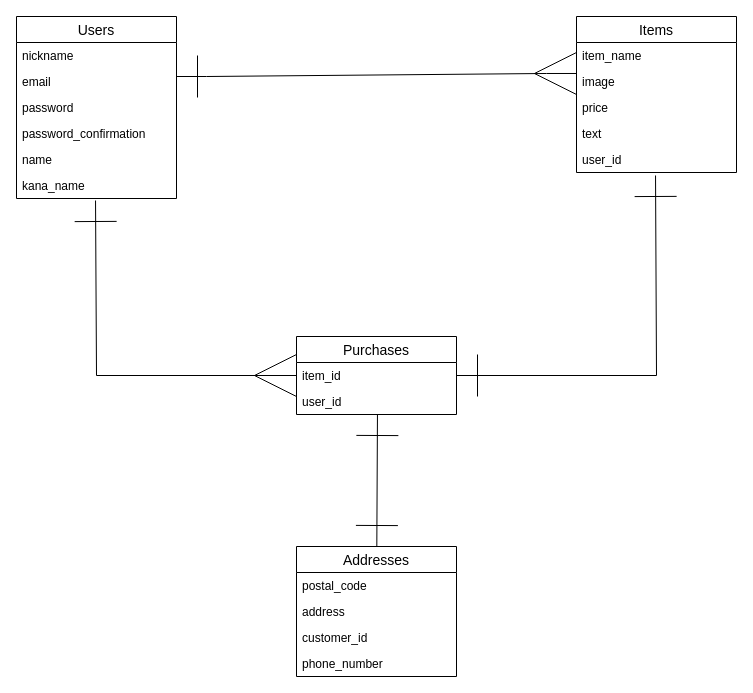
This is config/ERD.drawio from phyirome/furima-29228, a draw.io file, before an edit. Source tidied: cells renumbered, new cells numbered last; positions are measured from the earlier drawing's top-left corner, leaving out a move shared by most shapes. Both pictures are drawn from the tidied source at 100%, with x=0, y=0 at pixel (16, 16).
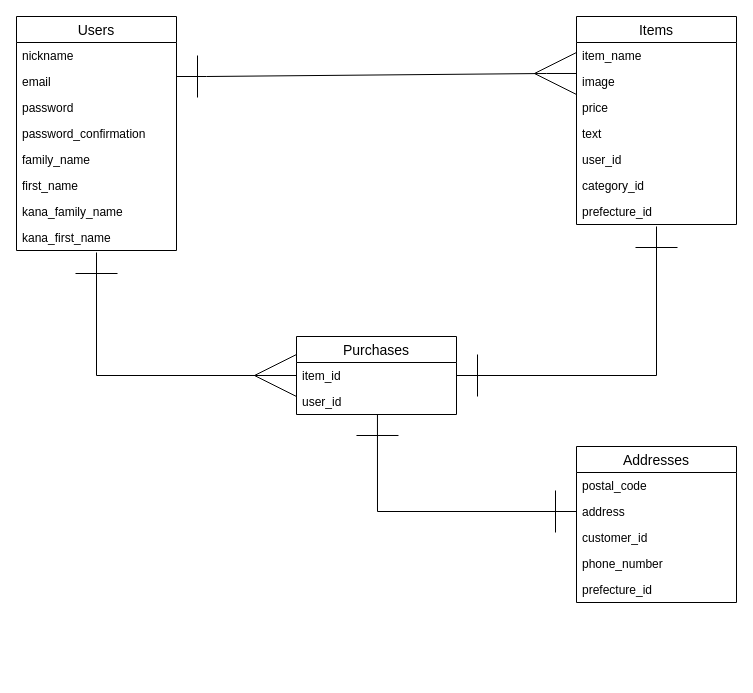
The same diagram, later.

Commit message (it also covers changes not shown here):
ER図とデータベース設計の修正3

The change refers to these unchanged cells:
```xml
<mxCell id="14" value="user_id" style="text;strokeColor=none;fillColor=none;spacingLeft=4;spacingRight=4;overflow=hidden;points=[[0,0.5],[1,0.5]];portConstraint=eastwest;fontSize=12;" parent="9" vertex="1">
  <mxGeometry y="130" width="160" height="26" as="geometry" />
</mxCell>
<mxCell id="21" value="address" style="text;strokeColor=none;fillColor=none;spacingLeft=4;spacingRight=4;overflow=hidden;points=[[0,0.5],[1,0.5]];portConstraint=eastwest;fontSize=12;" parent="19" vertex="1">
  <mxGeometry y="52" width="160" height="26" as="geometry" />
</mxCell>
```

What changed in the source:
```diff
@@
     <mxCell id="2" value="Users" style="swimlane;fontStyle=0;horizontal=1;startSize=26;align=center;fontSize=14;" parent="1" vertex="1">
-      <mxGeometry width="160" height="182" as="geometry" />
+      <mxGeometry width="160" height="234" as="geometry" />
     </mxCell>
@@
-    <mxCell id="7" value="name" style="text;strokeColor=none;fillColor=none;spacingLeft=4;spacingRight=4;overflow=hidden;fontSize=12;" parent="2" vertex="1">
+    <mxCell id="7" value="family_name" style="text;strokeColor=none;fillColor=none;spacingLeft=4;spacingRight=4;overflow=hidden;fontSize=12;" parent="2" vertex="1">
       <mxGeometry y="130" width="160" height="26" as="geometry" />
     </mxCell>
+    <mxCell id="27" value="first_name" style="text;strokeColor=none;fillColor=none;spacingLeft=4;spacingRight=4;overflow=hidden;fontSize=12;" parent="2" vertex="1">
+      <mxGeometry y="156" width="160" height="26" as="geometry" />
+    </mxCell>
-    <mxCell id="8" value="kana_name" style="text;strokeColor=none;fillColor=none;spacingLeft=4;spacingRight=4;overflow=hidden;points=[[0,0.5],[1,0.5]];portConstraint=eastwest;fontSize=12;" parent="2" vertex="1">
-      <mxGeometry y="156" width="160" height="26" as="geometry" />
+    <mxCell id="8" value="kana_family_name" style="text;strokeColor=none;fillColor=none;spacingLeft=4;spacingRight=4;overflow=hidden;points=[[0,0.5],[1,0.5]];portConstraint=eastwest;fontSize=12;" parent="2" vertex="1">
+      <mxGeometry y="182" width="160" height="26" as="geometry" />
     </mxCell>
+    <mxCell id="28" value="kana_first_name" style="text;strokeColor=none;fillColor=none;spacingLeft=4;spacingRight=4;overflow=hidden;points=[[0,0.5],[1,0.5]];portConstraint=eastwest;fontSize=12;" parent="2" vertex="1">
+      <mxGeometry y="208" width="160" height="26" as="geometry" />
+    </mxCell>
     <mxCell id="9" value="Items" style="swimlane;fontStyle=0;horizontal=1;startSize=26;align=center;fontSize=14;" parent="1" vertex="1">
-      <mxGeometry x="560" width="160" height="156" as="geometry" />
+      <mxGeometry x="560" width="160" height="208" as="geometry" />
     </mxCell>
@@
+    <mxCell id="29" value="category_id" style="text;strokeColor=none;fillColor=none;spacingLeft=4;spacingRight=4;overflow=hidden;fontSize=12;" parent="9" vertex="1">
+      <mxGeometry y="156" width="160" height="26" as="geometry" />
+    </mxCell>
+    <mxCell id="30" value="prefecture_id" style="text;strokeColor=none;fillColor=none;spacingLeft=4;spacingRight=4;overflow=hidden;fontSize=12;" parent="9" vertex="1">
+      <mxGeometry y="182" width="160" height="26" as="geometry" />
+    </mxCell>
@@
-    <mxCell id="16" style="edgeStyle=none;rounded=0;jettySize=auto;html=1;entryX=1;entryY=0.5;entryDx=0;entryDy=0;endArrow=ERone;endFill=0;endSize=40;startArrow=ERone;startFill=0;startSize=40;exitX=0.494;exitY=1.115;exitDx=0;exitDy=0;exitPerimeter=0;" parent="1" edge="1" source="14">
+    <mxCell id="16" style="edgeStyle=none;rounded=0;orthogonalLoop=1;jettySize=auto;html=1;entryX=1;entryY=0.5;entryDx=0;entryDy=0;endArrow=ERone;endFill=0;endSize=40;startArrow=ERone;startFill=0;startSize=40;" parent="1" edge="1">
       <mxGeometry relative="1" as="geometry">
+        <mxPoint x="640" y="210" as="sourcePoint" />
         <mxPoint x="440" y="359" as="targetPoint" />
         <Array as="points">
           <mxPoint x="640" y="359" />
         </Array>
       </mxGeometry>
     </mxCell>
-    <mxCell id="17" style="edgeStyle=none;rounded=0;jettySize=auto;html=1;exitX=0;exitY=0.5;exitDx=0;exitDy=0;endArrow=ERone;endFill=0;endSize=40;startSize=40;startArrow=ERmany;startFill=0;entryX=0.494;entryY=1.077;entryDx=0;entryDy=0;entryPerimeter=0;" parent="1" edge="1" target="8">
+    <mxCell id="17" style="edgeStyle=none;rounded=0;jettySize=auto;html=1;exitX=0;exitY=0.5;exitDx=0;exitDy=0;endArrow=ERone;endFill=0;endSize=40;startSize=40;startArrow=ERmany;startFill=0;entryX=0.5;entryY=1.077;entryDx=0;entryDy=0;entryPerimeter=0;" parent="1" edge="1" target="28">
       <mxGeometry relative="1" as="geometry">
         <mxPoint x="280" y="359" as="sourcePoint" />
         <Array as="points">
           <mxPoint x="80" y="359" />
         </Array>
       </mxGeometry>
     </mxCell>
-    <mxCell id="18" style="edgeStyle=none;rounded=0;jettySize=auto;html=1;startArrow=ERone;startFill=0;startSize=40;endArrow=ERone;endFill=0;endSize=40;strokeWidth=1;entryX=0.506;entryY=1;entryDx=0;entryDy=0;entryPerimeter=0;" parent="1" edge="1" source="19" target="26">
-      <mxGeometry relative="1" as="geometry" />
+    <mxCell id="18" style="edgeStyle=none;rounded=0;jettySize=auto;html=1;startArrow=ERone;startFill=0;startSize=40;endArrow=ERone;endFill=0;endSize=40;strokeWidth=1;entryX=0.506;entryY=1;entryDx=0;entryDy=0;entryPerimeter=0;exitX=0;exitY=0.5;exitDx=0;exitDy=0;" parent="1" edge="1" source="21" target="26">
+      <mxGeometry relative="1" as="geometry">
+        <Array as="points">
+          <mxPoint x="361" y="495" />
+        </Array>
+      </mxGeometry>
     </mxCell>
+    <mxCell id="24" value="Purchases" style="swimlane;fontStyle=0;horizontal=1;startSize=26;align=center;fontSize=14;" parent="1" vertex="1">
+      <mxGeometry x="280" y="320" width="160" height="78" as="geometry" />
+    </mxCell>
+    <mxCell id="25" value="item_id" style="text;strokeColor=none;fillColor=none;spacingLeft=4;spacingRight=4;overflow=hidden;fontSize=12;" parent="24" vertex="1">
+      <mxGeometry y="26" width="160" height="26" as="geometry" />
+    </mxCell>
+    <mxCell id="26" value="user_id" style="text;strokeColor=none;fillColor=none;spacingLeft=4;spacingRight=4;overflow=hidden;points=[[0,0.5],[1,0.5]];portConstraint=eastwest;fontSize=12;" parent="24" vertex="1">
+      <mxGeometry y="52" width="160" height="26" as="geometry" />
+    </mxCell>
     <mxCell id="19" value="Addresses" style="swimlane;fontStyle=0;horizontal=1;startSize=26;align=center;fontSize=14;" parent="1" vertex="1">
-      <mxGeometry x="280" y="530" width="160" height="130" as="geometry" />
+      <mxGeometry x="560" y="430" width="160" height="156" as="geometry" />
     </mxCell>
@@
-    <mxCell id="24" value="Purchases" style="swimlane;fontStyle=0;horizontal=1;startSize=26;align=center;fontSize=14;" parent="1" vertex="1">
-      <mxGeometry x="280" y="320" width="160" height="78" as="geometry" />
-    </mxCell>
-    <mxCell id="25" value="item_id" style="text;strokeColor=none;fillColor=none;spacingLeft=4;spacingRight=4;overflow=hidden;fontSize=12;" parent="24" vertex="1">
-      <mxGeometry y="26" width="160" height="26" as="geometry" />
-    </mxCell>
-    <mxCell id="26" value="user_id" style="text;strokeColor=none;fillColor=none;spacingLeft=4;spacingRight=4;overflow=hidden;points=[[0,0.5],[1,0.5]];portConstraint=eastwest;fontSize=12;" parent="24" vertex="1">
-      <mxGeometry y="52" width="160" height="26" as="geometry" />
-    </mxCell>
+    <mxCell id="31" value="prefecture_id" style="text;strokeColor=none;fillColor=none;spacingLeft=4;spacingRight=4;overflow=hidden;fontSize=12;" parent="19" vertex="1">
+      <mxGeometry y="130" width="160" height="26" as="geometry" />
+    </mxCell>
```
